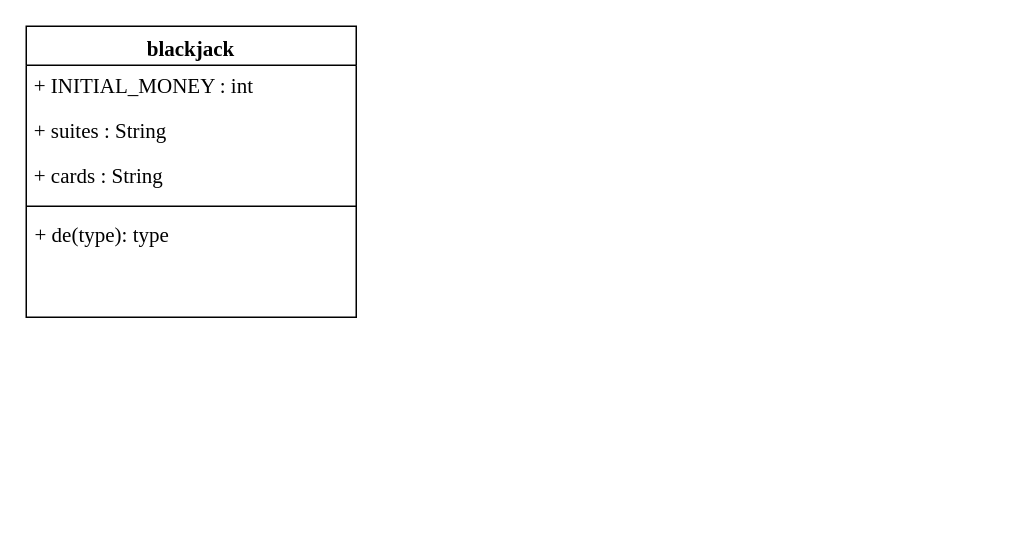
Earlier version of the draw.io diagram Untitled Diagram.drawio (Jiramet1324/000). Source tidied: cells renumbered, new cells numbered last; positions are measured from the earlier drawing's top-left corner, leaving out a move shared by most shapes. Both pictures are drawn from the tidied source at 150%, with x=0, y=0 at pixel (26, 26).
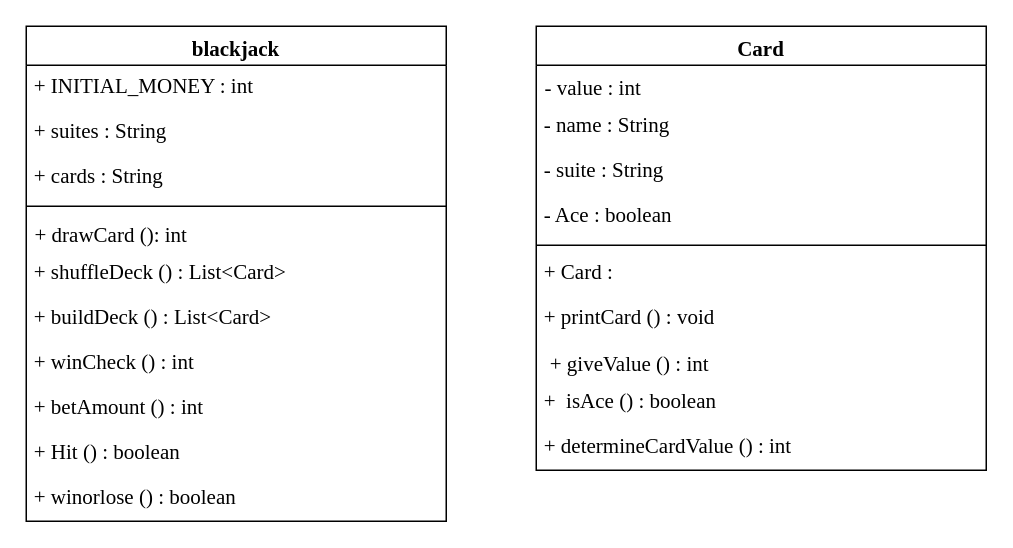
After the change.

The edit, as a diff of the source:
```diff
@@
     <mxCell id="2" value="blackjack" style="swimlane;fontStyle=1;align=center;verticalAlign=top;horizontal=1;startSize=26;fontFamily=Times New Roman;fontSize=14;" parent="1" vertex="1">
-      <mxGeometry width="220" height="194" as="geometry" />
+      <mxGeometry width="280" height="330" as="geometry" />
     </mxCell>
     <mxCell id="3" value="&lt;span&gt;&amp;nbsp;+ INITIAL_MONEY :&amp;nbsp;int&amp;nbsp;&lt;/span&gt;" style="text;html=1;strokeColor=none;fillColor=none;align=left;verticalAlign=middle;whiteSpace=wrap;rounded=0;labelBackgroundColor=none;fontFamily=Times New Roman;fontSize=14;fontColor=default;" parent="2" vertex="1">
-      <mxGeometry y="26" width="220" height="30" as="geometry" />
+      <mxGeometry y="26" width="280" height="30" as="geometry" />
     </mxCell>
     <mxCell id="4" value="&lt;font style=&quot;font-size: 14px&quot;&gt;&amp;nbsp;+ suites : String&lt;/font&gt;" style="text;html=1;strokeColor=none;fillColor=none;align=left;verticalAlign=middle;whiteSpace=wrap;rounded=0;fontFamily=Times New Roman;fontSize=14;" parent="2" vertex="1">
-      <mxGeometry y="56" width="220" height="30" as="geometry" />
+      <mxGeometry y="56" width="280" height="30" as="geometry" />
     </mxCell>
     <mxCell id="5" value="&amp;nbsp;+ cards : String" style="text;html=1;strokeColor=none;fillColor=none;align=left;verticalAlign=middle;whiteSpace=wrap;rounded=0;fontFamily=Times New Roman;fontSize=14;" parent="2" vertex="1">
-      <mxGeometry y="86" width="220" height="30" as="geometry" />
+      <mxGeometry y="86" width="280" height="30" as="geometry" />
     </mxCell>
     <mxCell id="6" style="line;strokeWidth=1;fillColor=none;align=left;verticalAlign=middle;spacingTop=-1;spacingLeft=3;spacingRight=3;labelPosition=right;fontFamily=Times New Roman;fontSize=14;" parent="2" vertex="1">
-      <mxGeometry y="116" width="220" height="8" as="geometry" />
+      <mxGeometry y="116" width="280" height="8" as="geometry" />
     </mxCell>
-    <mxCell id="7" value="+ de(type): type" style="text;strokeColor=none;fillColor=none;align=left;verticalAlign=top;spacingLeft=4;spacingRight=4;overflow=hidden;fontFamily=Times New Roman;fontSize=14;" parent="2" vertex="1">
-      <mxGeometry y="124" width="220" height="70" as="geometry" />
+    <mxCell id="7" value="+ drawCard (): int" style="text;strokeColor=none;fillColor=none;align=left;verticalAlign=top;spacingLeft=4;spacingRight=4;overflow=hidden;fontFamily=Times New Roman;fontSize=14;" parent="2" vertex="1">
+      <mxGeometry y="124" width="280" height="26" as="geometry" />
     </mxCell>
+    <mxCell id="8" value="&amp;nbsp;+ shuffleDeck () :&amp;nbsp;List&amp;lt;Card&amp;gt;&amp;nbsp;" style="text;html=1;strokeColor=none;fillColor=none;align=left;verticalAlign=middle;whiteSpace=wrap;rounded=0;labelBackgroundColor=none;fontFamily=Times New Roman;fontSize=14;fontColor=default;" parent="2" vertex="1">
+      <mxGeometry y="150" width="280" height="30" as="geometry" />
+    </mxCell>
+    <mxCell id="9" value="&amp;nbsp;+ buildDeck () :&amp;nbsp;List&amp;lt;Card&amp;gt;&amp;nbsp;" style="text;html=1;strokeColor=none;fillColor=none;align=left;verticalAlign=middle;whiteSpace=wrap;rounded=0;labelBackgroundColor=none;fontFamily=Times New Roman;fontSize=14;fontColor=default;" parent="2" vertex="1">
+      <mxGeometry y="180" width="280" height="30" as="geometry" />
+    </mxCell>
+    <mxCell id="10" value="&amp;nbsp;+ winCheck () : int" style="text;html=1;strokeColor=none;fillColor=none;align=left;verticalAlign=middle;whiteSpace=wrap;rounded=0;labelBackgroundColor=none;fontFamily=Times New Roman;fontSize=14;fontColor=default;" parent="2" vertex="1">
+      <mxGeometry y="210" width="280" height="30" as="geometry" />
+    </mxCell>
+    <mxCell id="11" value="&amp;nbsp;+ betAmount () : int" style="text;html=1;strokeColor=none;fillColor=none;align=left;verticalAlign=middle;whiteSpace=wrap;rounded=0;labelBackgroundColor=none;fontFamily=Times New Roman;fontSize=14;fontColor=default;" parent="2" vertex="1">
+      <mxGeometry y="240" width="280" height="30" as="geometry" />
+    </mxCell>
+    <mxCell id="12" value="&amp;nbsp;+ Hit () : boolean" style="text;html=1;strokeColor=none;fillColor=none;align=left;verticalAlign=middle;whiteSpace=wrap;rounded=0;labelBackgroundColor=none;fontFamily=Times New Roman;fontSize=14;fontColor=default;" parent="2" vertex="1">
+      <mxGeometry y="270" width="280" height="30" as="geometry" />
+    </mxCell>
+    <mxCell id="13" value="&amp;nbsp;+&amp;nbsp;winorlose () : boolean" style="text;html=1;strokeColor=none;fillColor=none;align=left;verticalAlign=middle;whiteSpace=wrap;rounded=0;labelBackgroundColor=none;fontFamily=Times New Roman;fontSize=14;fontColor=default;" parent="2" vertex="1">
+      <mxGeometry y="300" width="280" height="30" as="geometry" />
+    </mxCell>
+    <mxCell id="14" value="Card" style="swimlane;fontStyle=1;align=center;verticalAlign=top;horizontal=1;startSize=26;labelBackgroundColor=none;fontFamily=Times New Roman;fontSize=14;fontColor=default;" parent="1" vertex="1">
+      <mxGeometry x="340" width="300" height="296" as="geometry" />
+    </mxCell>
+    <mxCell id="15" value="- value : int" style="text;strokeColor=none;fillColor=none;align=left;verticalAlign=top;spacingLeft=4;spacingRight=4;overflow=hidden;labelBackgroundColor=none;fontFamily=Times New Roman;fontSize=14;fontColor=default;" parent="14" vertex="1">
+      <mxGeometry y="26" width="300" height="26" as="geometry" />
+    </mxCell>
+    <mxCell id="16" value="&amp;nbsp;- name : String" style="text;html=1;strokeColor=none;fillColor=none;align=left;verticalAlign=middle;whiteSpace=wrap;rounded=0;labelBackgroundColor=none;fontFamily=Times New Roman;fontSize=14;fontColor=default;" parent="14" vertex="1">
+      <mxGeometry y="52" width="300" height="30" as="geometry" />
+    </mxCell>
+    <mxCell id="17" value="&amp;nbsp;- suite : String" style="text;html=1;strokeColor=none;fillColor=none;align=left;verticalAlign=middle;whiteSpace=wrap;rounded=0;labelBackgroundColor=none;fontFamily=Times New Roman;fontSize=14;fontColor=default;" parent="14" vertex="1">
+      <mxGeometry y="82" width="300" height="30" as="geometry" />
+    </mxCell>
+    <mxCell id="18" value="&amp;nbsp;- Ace : boolean" style="text;html=1;strokeColor=none;fillColor=none;align=left;verticalAlign=middle;whiteSpace=wrap;rounded=0;labelBackgroundColor=none;fontFamily=Times New Roman;fontSize=14;fontColor=default;" parent="14" vertex="1">
+      <mxGeometry y="112" width="300" height="30" as="geometry" />
+    </mxCell>
+    <mxCell id="19" style="line;strokeWidth=1;fillColor=none;align=left;verticalAlign=middle;spacingTop=-1;spacingLeft=3;spacingRight=3;labelPosition=right;labelBackgroundColor=none;fontFamily=Times New Roman;fontSize=14;fontColor=default;" parent="14" vertex="1">
+      <mxGeometry y="142" width="300" height="8" as="geometry" />
+    </mxCell>
+    <mxCell id="20" value="&amp;nbsp;+&amp;nbsp;Card :" style="text;html=1;strokeColor=none;fillColor=none;align=left;verticalAlign=middle;whiteSpace=wrap;rounded=0;labelBackgroundColor=none;fontFamily=Times New Roman;fontSize=14;fontColor=default;" parent="14" vertex="1">
+      <mxGeometry y="150" width="300" height="30" as="geometry" />
+    </mxCell>
+    <mxCell id="21" value="&amp;nbsp;+&amp;nbsp;printCard () : void" style="text;html=1;strokeColor=none;fillColor=none;align=left;verticalAlign=middle;whiteSpace=wrap;rounded=0;labelBackgroundColor=none;fontFamily=Times New Roman;fontSize=14;fontColor=default;" parent="14" vertex="1">
+      <mxGeometry y="180" width="300" height="30" as="geometry" />
+    </mxCell>
+    <mxCell id="22" value=" + giveValue () : int " style="text;strokeColor=none;fillColor=none;align=left;verticalAlign=top;spacingLeft=4;spacingRight=4;overflow=hidden;labelBackgroundColor=none;fontFamily=Times New Roman;fontSize=14;fontColor=default;" parent="14" vertex="1">
+      <mxGeometry y="210" width="300" height="26" as="geometry" />
+    </mxCell>
+    <mxCell id="23" value="&amp;nbsp;+&amp;nbsp;&amp;nbsp;isAce () : boolean" style="text;html=1;strokeColor=none;fillColor=none;align=left;verticalAlign=middle;whiteSpace=wrap;rounded=0;labelBackgroundColor=none;fontFamily=Times New Roman;fontSize=14;fontColor=default;" parent="14" vertex="1">
+      <mxGeometry y="236" width="300" height="30" as="geometry" />
+    </mxCell>
+    <mxCell id="24" value="&amp;nbsp;+&amp;nbsp;determineCardValue () : int" style="text;html=1;strokeColor=none;fillColor=none;align=left;verticalAlign=middle;whiteSpace=wrap;rounded=0;labelBackgroundColor=none;fontFamily=Times New Roman;fontSize=14;fontColor=default;" parent="14" vertex="1">
+      <mxGeometry y="266" width="300" height="30" as="geometry" />
+    </mxCell>
```
